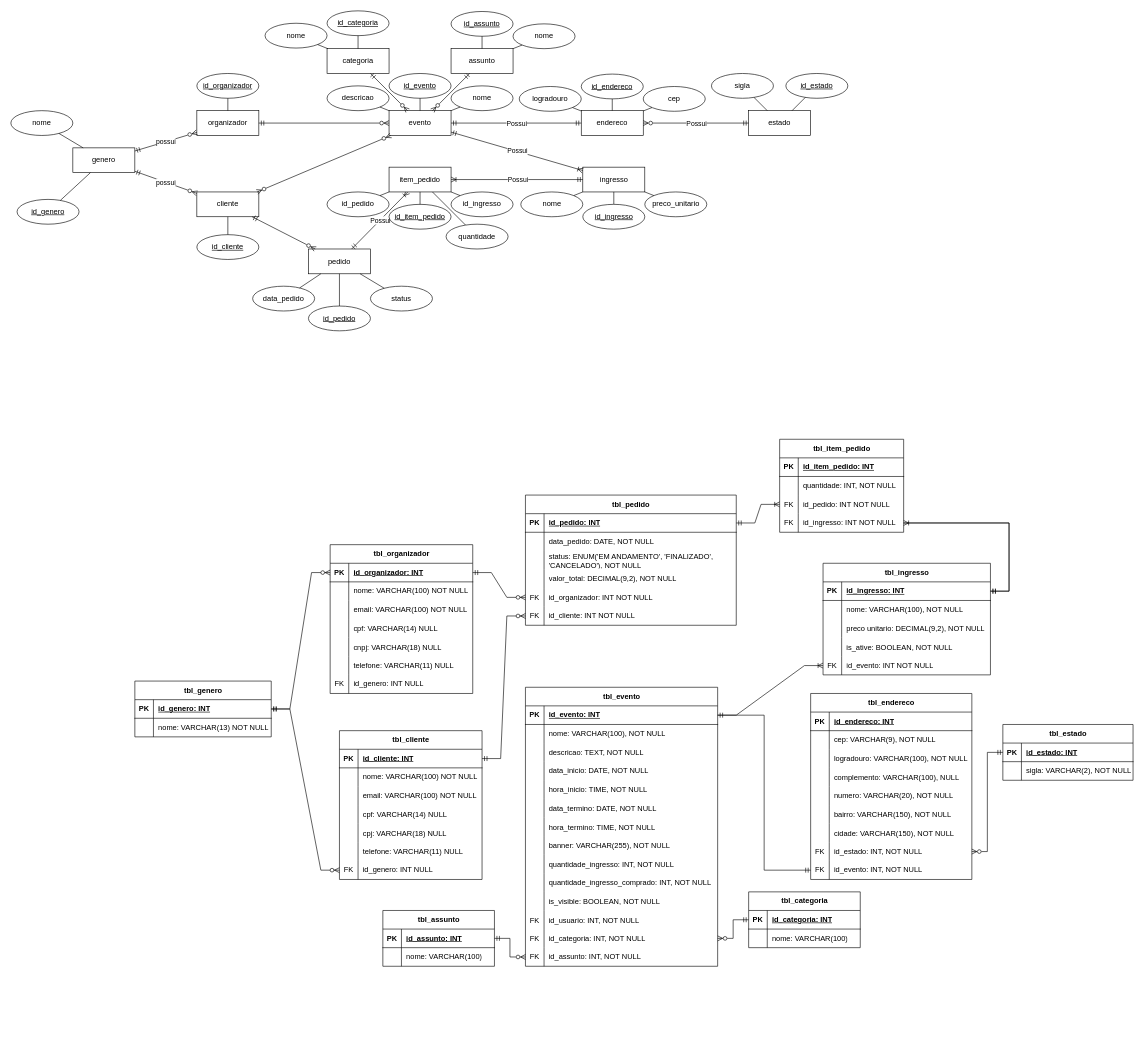
Earlier version of the draw.io diagram docs/DIAGRAMA_EVENTOS_1.0.drawio (leonardo-scotti/gestao-eventos). Source tidied: cells renumbered, new cells numbered last; positions are measured from the earlier drawing's top-left corner, leaving out a move shared by most shapes. Both pictures are drawn from the tidied source at 62%, with x=0, y=0 at pixel (11, 11).
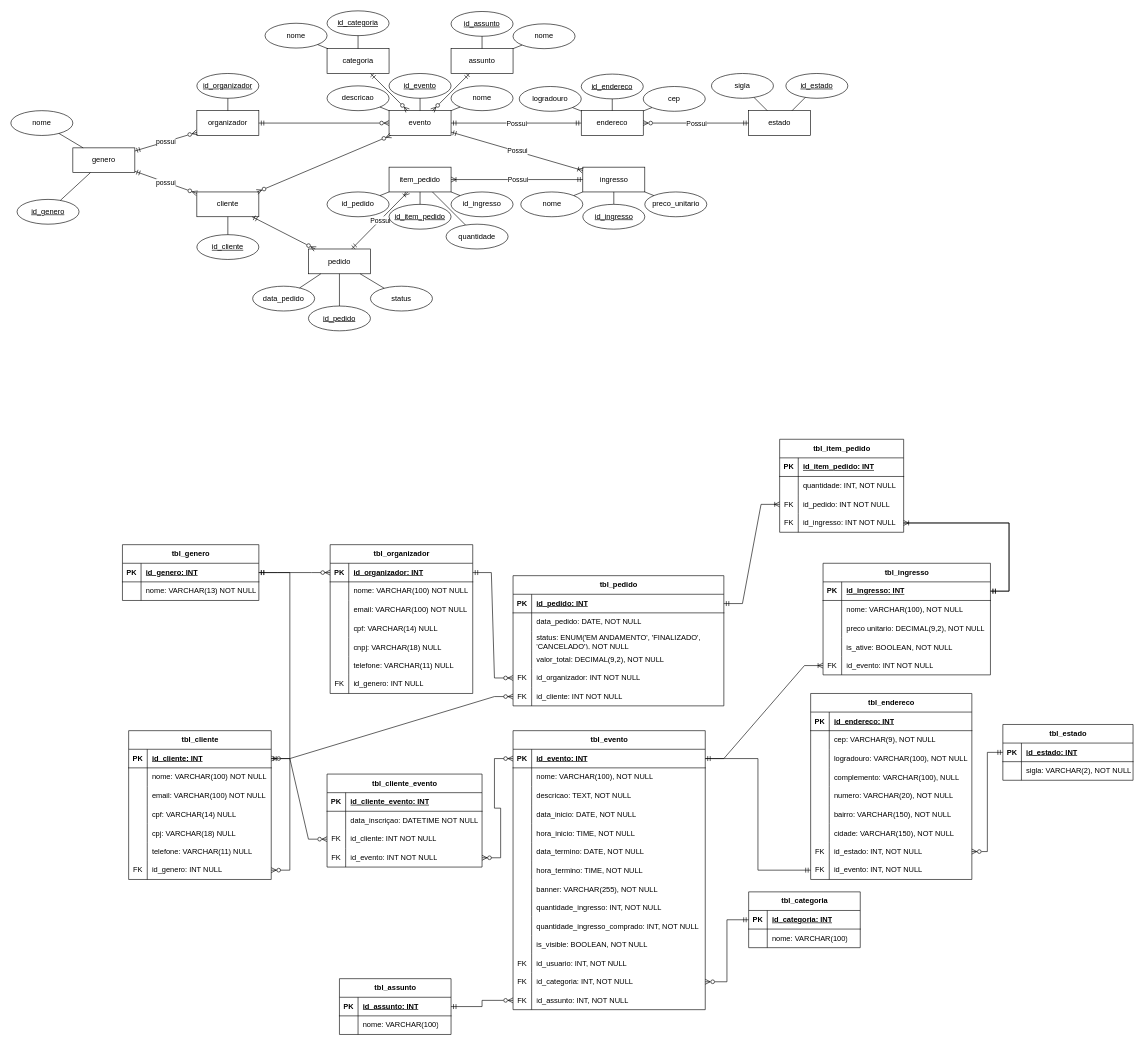
The same diagram, later.

Commit message (it also covers changes not shown here):
fazendo RFN

Unchanged cells that the change refers to:
```xml
<mxCell id="67" style="shape=tableRow;horizontal=0;startSize=0;swimlaneHead=0;swimlaneBody=0;fillColor=none;points=[[0,0.5],[1,0.5]];portConstraint=eastwest;top=0;left=0;right=0;bottom=1;" parent="66" vertex="1">
  <mxGeometry y="30" width="310" height="30" as="geometry" />
</mxCell>
<mxCell id="258" style="shape=tableRow;horizontal=0;startSize=0;swimlaneHead=0;swimlaneBody=0;fillColor=none;points=[[0,0.5],[1,0.5]];portConstraint=eastwest;top=0;left=0;right=0;bottom=1;" parent="257" vertex="1">
  <mxGeometry y="30" width="230" height="30" as="geometry" />
</mxCell>
```

The edit, as a diff of the source:
```diff
@@
     <mxCell id="59" value="tbl_genero" style="shape=table;startSize=30;childLayout=tableLayout;rowLines=0;fontStyle=1;align=center;html=1;" parent="1" vertex="1">
-      <mxGeometry x="200" y="1081" width="220" height="90" as="geometry" />
+      <mxGeometry x="180" y="861" width="220" height="90" as="geometry" />
     </mxCell>
@@
     <mxCell id="66" value="tbl_evento" style="shape=table;startSize=30;childLayout=tableLayout;rowLines=0;fontStyle=1;align=center;html=1;" parent="1" vertex="1">
-      <mxGeometry x="830" y="1091" width="310" height="450" as="geometry" />
+      <mxGeometry x="810" y="1161" width="310" height="450" as="geometry" />
     </mxCell>
@@
     <mxCell id="128" value="tbl_assunto" style="shape=table;startSize=30;childLayout=tableLayout;rowLines=0;fontStyle=1;align=center;html=1;" parent="1" vertex="1">
-      <mxGeometry x="600" y="1451" width="180" height="90" as="geometry" />
+      <mxGeometry x="530" y="1561" width="180" height="90" as="geometry" />
     </mxCell>
@@
     <mxCell id="174" value="tbl_pedido" style="shape=table;startSize=30;childLayout=tableLayout;rowLines=0;fontStyle=1;align=center;html=1;" parent="1" vertex="1">
-      <mxGeometry x="830" y="781" width="340" height="210" as="geometry" />
+      <mxGeometry x="810" y="911" width="340" height="210" as="geometry" />
     </mxCell>
@@
     <mxCell id="257" value="tbl_cliente" style="shape=table;startSize=30;childLayout=tableLayout;rowLines=0;fontStyle=1;align=center;html=1;" parent="1" vertex="1">
-      <mxGeometry x="530" y="1161" width="230" height="240" as="geometry" />
+      <mxGeometry x="190" y="1161" width="230" height="240" as="geometry" />
     </mxCell>
@@
+    <mxCell id="285" value="tbl_cliente_evento" style="shape=table;startSize=30;childLayout=tableLayout;rowLines=0;fontStyle=1;align=center;html=1;" parent="1" vertex="1">
+      <mxGeometry x="510" y="1231" width="250" height="150" as="geometry" />
+    </mxCell>
+    <mxCell id="286" style="shape=tableRow;horizontal=0;startSize=0;swimlaneHead=0;swimlaneBody=0;fillColor=none;top=0;left=0;right=0;bottom=1;" parent="285" vertex="1">
+      <mxGeometry y="30" width="250" height="30" as="geometry" />
+    </mxCell>
+    <mxCell id="287" value="PK" style="shape=partialRectangle;fillColor=none;top=0;left=0;bottom=0;right=0;fontStyle=1;overflow=hidden;whiteSpace=wrap;html=1;" parent="286" vertex="1">
+      <mxGeometry width="30" height="30" as="geometry" />
+    </mxCell>
+    <mxCell id="288" value="id_cliente_evento: INT" style="shape=partialRectangle;fillColor=none;top=0;left=0;bottom=0;right=0;align=left;spacingLeft=6;fontStyle=5;overflow=hidden;whiteSpace=wrap;html=1;" parent="286" vertex="1">
+      <mxGeometry x="30" width="220" height="30" as="geometry" />
+    </mxCell>
+    <mxCell id="289" style="shape=tableRow;horizontal=0;startSize=0;swimlaneHead=0;swimlaneBody=0;fillColor=none;top=0;left=0;right=0;bottom=0;" parent="285" vertex="1">
+      <mxGeometry y="60" width="250" height="30" as="geometry" />
+    </mxCell>
+    <mxCell id="290" style="shape=partialRectangle;fillColor=none;top=0;left=0;bottom=0;right=0;overflow=hidden;whiteSpace=wrap;html=1;" parent="289" vertex="1">
+      <mxGeometry width="30" height="30" as="geometry" />
+    </mxCell>
+    <mxCell id="291" value="data_inscriçao: DATETIME NOT NULL" style="shape=partialRectangle;fillColor=none;top=0;left=0;bottom=0;right=0;align=left;spacingLeft=6;overflow=hidden;whiteSpace=wrap;html=1;" parent="289" vertex="1">
+      <mxGeometry x="30" width="220" height="30" as="geometry" />
+    </mxCell>
+    <mxCell id="292" style="shape=tableRow;horizontal=0;startSize=0;swimlaneHead=0;swimlaneBody=0;fillColor=none;points=[[0,0.5],[1,0.5]];portConstraint=eastwest;top=0;left=0;right=0;bottom=0;" parent="285" vertex="1">
+      <mxGeometry y="90" width="250" height="30" as="geometry" />
+    </mxCell>
+    <mxCell id="293" value="FK" style="shape=partialRectangle;fillColor=none;top=0;left=0;bottom=0;right=0;fontStyle=0;overflow=hidden;whiteSpace=wrap;html=1;" parent="292" vertex="1">
+      <mxGeometry width="30" height="30" as="geometry" />
+    </mxCell>
+    <mxCell id="294" value="id_cliente: INT NOT NULL" style="shape=partialRectangle;fillColor=none;top=0;left=0;bottom=0;right=0;align=left;spacingLeft=6;fontStyle=0;overflow=hidden;whiteSpace=wrap;html=1;" parent="292" vertex="1">
+      <mxGeometry x="30" width="220" height="30" as="geometry" />
+    </mxCell>
+    <mxCell id="295" style="shape=tableRow;horizontal=0;startSize=0;swimlaneHead=0;swimlaneBody=0;fillColor=none;points=[[0,0.5],[1,0.5]];portConstraint=eastwest;top=0;left=0;right=0;bottom=0;" parent="285" vertex="1">
+      <mxGeometry y="120" width="250" height="30" as="geometry" />
+    </mxCell>
+    <mxCell id="296" value="FK" style="shape=partialRectangle;fillColor=none;top=0;left=0;bottom=0;right=0;fontStyle=0;overflow=hidden;whiteSpace=wrap;html=1;" parent="295" vertex="1">
+      <mxGeometry width="30" height="30" as="geometry" />
+    </mxCell>
+    <mxCell id="297" value="id_evento: INT NOT NULL" style="shape=partialRectangle;fillColor=none;top=0;left=0;bottom=0;right=0;align=left;spacingLeft=6;fontStyle=0;overflow=hidden;whiteSpace=wrap;html=1;" parent="295" vertex="1">
+      <mxGeometry x="30" width="220" height="30" as="geometry" />
+    </mxCell>
+    <mxCell id="298" style="edgeStyle=entityRelationEdgeStyle;fontSize=12;html=1;endArrow=ERzeroToMany;endFill=0;rounded=0;startArrow=ERzeroToMany;startFill=0;" parent="1" edge="1" source="258" target="292">
+      <mxGeometry relative="1" as="geometry" />
+    </mxCell>
+    <mxCell id="299" style="edgeStyle=entityRelationEdgeStyle;fontSize=12;html=1;endArrow=ERzeroToMany;endFill=1;startArrow=ERzeroToMany;rounded=0;" parent="1" edge="1" source="295" target="67">
+      <mxGeometry relative="1" as="geometry" />
+    </mxCell>
```
